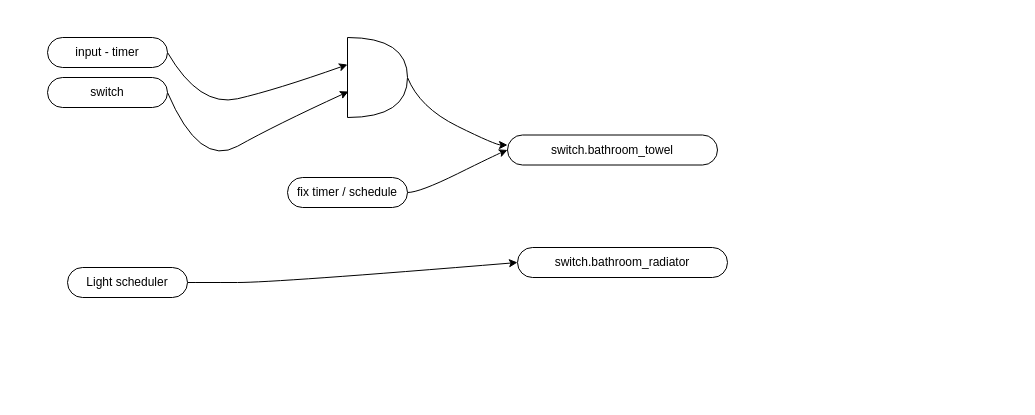
Earlier version of the draw.io diagram page "swich.bathroom_switches" (4 of 4) of logical_flows/NodeRED_flow.drawio (houdaerttim/dns-hass). Source tidied: cells renumbered, new cells numbered last; positions are measured from the earlier drawing's top-left corner, leaving out a move shared by most shapes. Both pictures are drawn from the tidied source at 100%, with x=0, y=0 at pixel (47, 37).
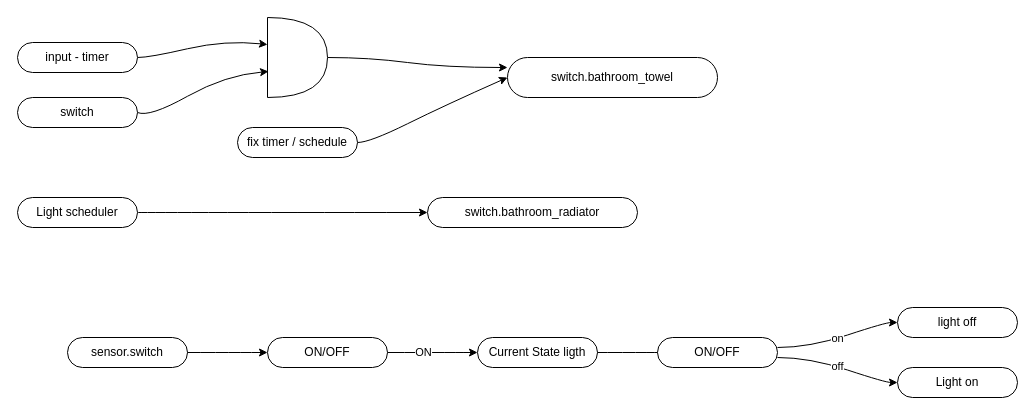
The same page after the edit.

The edit, as a diff of the source:
```diff
@@
     <mxCell id="2" value="switch.bathroom_towel" style="rounded=1;whiteSpace=wrap;html=1;arcSize=50;" parent="1" vertex="1">
-      <mxGeometry x="460" y="97.5" width="210" height="30" as="geometry" />
+      <mxGeometry x="460" y="20" width="210" height="40" as="geometry" />
     </mxCell>
     <mxCell id="3" value="switch.bathroom_radiator&lt;br&gt;" style="rounded=1;whiteSpace=wrap;html=1;arcSize=50;" parent="1" vertex="1">
-      <mxGeometry x="470" y="210" width="210" height="30" as="geometry" />
+      <mxGeometry x="380" y="160" width="210" height="30" as="geometry" />
     </mxCell>
     <mxCell id="4" style="edgeStyle=orthogonalEdgeStyle;curved=1;rounded=0;jettySize=auto;html=1;exitX=1;exitY=0.5;exitDx=0;exitDy=0;entryX=0;entryY=0.338;entryDx=0;entryDy=0;entryPerimeter=0;noEdgeStyle=1;orthogonal=1;" parent="1" edge="1" source="5" target="11">
       <mxGeometry relative="1" as="geometry">
         <Array as="points">
-          <mxPoint x="152" y="70" />
-          <mxPoint x="228" y="52.5" />
+          <mxPoint x="102" y="20" />
+          <mxPoint x="178" y="2.5" />
         </Array>
       </mxGeometry>
     </mxCell>
     <mxCell id="5" value="input - timer" style="rounded=1;whiteSpace=wrap;html=1;arcSize=50;" parent="1" vertex="1">
-      <mxGeometry width="120" height="30" as="geometry" />
+      <mxGeometry x="-30" y="5" width="120" height="30" as="geometry" />
     </mxCell>
     <mxCell id="6" style="edgeStyle=orthogonalEdgeStyle;curved=1;rounded=0;jettySize=auto;html=1;exitX=1;exitY=0.5;exitDx=0;exitDy=0;entryX=0;entryY=0.5;entryDx=0;entryDy=0;noEdgeStyle=1;orthogonal=1;" parent="1" edge="1" source="7" target="2">
       <mxGeometry relative="1" as="geometry">
         <Array as="points">
-          <mxPoint x="372" y="155" />
-          <mxPoint x="448" y="117.5" />
+          <mxPoint x="322" y="105" />
+          <mxPoint x="398" y="67.5" />
         </Array>
       </mxGeometry>
     </mxCell>
     <mxCell id="7" value="fix timer / schedule&lt;br&gt;" style="rounded=1;whiteSpace=wrap;html=1;arcSize=50;" parent="1" vertex="1">
-      <mxGeometry x="240" y="140" width="120" height="30" as="geometry" />
+      <mxGeometry x="190" y="90" width="120" height="30" as="geometry" />
     </mxCell>
     <mxCell id="8" style="edgeStyle=orthogonalEdgeStyle;curved=1;rounded=0;jettySize=auto;html=1;exitX=1;exitY=0.5;exitDx=0;exitDy=0;entryX=0.017;entryY=0.675;entryDx=0;entryDy=0;entryPerimeter=0;noEdgeStyle=1;orthogonal=1;" parent="1" edge="1" source="9" target="11">
       <mxGeometry relative="1" as="geometry">
         <Array as="points">
-          <mxPoint x="152" y="130" />
-          <mxPoint x="228" y="87.5" />
+          <mxPoint x="102" y="80" />
+          <mxPoint x="178" y="37.5" />
         </Array>
       </mxGeometry>
     </mxCell>
     <mxCell id="9" value="switch" style="rounded=1;whiteSpace=wrap;html=1;arcSize=50;" parent="1" vertex="1">
-      <mxGeometry y="40" width="120" height="30" as="geometry" />
+      <mxGeometry x="-30" y="60" width="120" height="30" as="geometry" />
     </mxCell>
-    <mxCell id="10" style="edgeStyle=orthogonalEdgeStyle;curved=1;rounded=0;jettySize=auto;html=1;exitX=1;exitY=0.5;exitDx=0;exitDy=0;exitPerimeter=0;noEdgeStyle=1;orthogonal=1;" parent="1" edge="1" source="11" target="2">
+    <mxCell id="10" style="edgeStyle=orthogonalEdgeStyle;curved=1;rounded=0;jettySize=auto;html=1;exitX=1;exitY=0.5;exitDx=0;exitDy=0;exitPerimeter=0;noEdgeStyle=1;orthogonal=1;entryX=0;entryY=0.25;entryDx=0;entryDy=0;" parent="1" edge="1" source="11" target="2">
       <mxGeometry relative="1" as="geometry">
         <Array as="points">
-          <mxPoint x="372" y="70" />
-          <mxPoint x="448" y="107.5" />
+          <mxPoint x="322" y="20" />
+          <mxPoint x="398" y="30" />
         </Array>
       </mxGeometry>
     </mxCell>
     <mxCell id="11" style="shape=or;whiteSpace=wrap;html=1;" parent="1" vertex="1">
-      <mxGeometry x="300" width="60" height="80" as="geometry" />
+      <mxGeometry x="220" y="-20" width="60" height="80" as="geometry" />
     </mxCell>
     <mxCell id="12" style="edgeStyle=orthogonalEdgeStyle;curved=1;rounded=0;jettySize=auto;html=1;exitX=1;exitY=0.5;exitDx=0;exitDy=0;entryX=0;entryY=0.5;entryDx=0;entryDy=0;noEdgeStyle=1;orthogonal=1;" parent="1" edge="1" source="13" target="3">
-      <mxGeometry relative="1" as="geometry">
-        <Array as="points">
-          <mxPoint x="152" y="245" />
-          <mxPoint x="228" y="245" />
-        </Array>
-      </mxGeometry>
+      <mxGeometry relative="1" as="geometry" />
     </mxCell>
     <mxCell id="13" value="Light scheduler" style="rounded=1;whiteSpace=wrap;html=1;arcSize=50;" parent="1" vertex="1">
-      <mxGeometry x="20" y="230" width="120" height="30" as="geometry" />
+      <mxGeometry x="-30" y="160" width="120" height="30" as="geometry" />
     </mxCell>
+    <mxCell id="14" style="edgeStyle=orthogonalEdgeStyle;curved=1;rounded=0;jettySize=auto;html=1;noEdgeStyle=1;orthogonal=1;" parent="1" edge="1" source="15" target="17">
+      <mxGeometry relative="1" as="geometry">
+        <Array as="points">
+          <mxPoint x="102" y="315" />
+          <mxPoint x="178" y="315" />
+        </Array>
+      </mxGeometry>
+    </mxCell>
+    <mxCell id="15" value="sensor.switch" style="rounded=1;whiteSpace=wrap;html=1;arcSize=50;" parent="1" vertex="1">
+      <mxGeometry x="20" y="300" width="120" height="30" as="geometry" />
+    </mxCell>
+    <mxCell id="16" value="ON" style="edgeStyle=orthogonalEdgeStyle;curved=1;rounded=0;jettySize=auto;html=1;noEdgeStyle=1;orthogonal=1;" parent="1" edge="1" source="17" target="19">
+      <mxGeometry relative="1" as="geometry">
+        <Array as="points">
+          <mxPoint x="322" y="315" />
+          <mxPoint x="398" y="315" />
+        </Array>
+      </mxGeometry>
+    </mxCell>
+    <mxCell id="17" value="ON/OFF" style="rounded=1;whiteSpace=wrap;html=1;arcSize=50;" parent="1" vertex="1">
+      <mxGeometry x="220" y="300" width="120" height="30" as="geometry" />
+    </mxCell>
+    <mxCell id="18" style="edgeStyle=orthogonalEdgeStyle;curved=1;rounded=0;jettySize=auto;html=1;entryX=0;entryY=0.5;entryDx=0;entryDy=0;noEdgeStyle=1;orthogonal=1;" parent="1" edge="1" source="19" target="22">
+      <mxGeometry relative="1" as="geometry">
+        <Array as="points">
+          <mxPoint x="542" y="315" />
+          <mxPoint x="618" y="315" />
+        </Array>
+      </mxGeometry>
+    </mxCell>
+    <mxCell id="19" value="Current State ligth" style="rounded=1;whiteSpace=wrap;html=1;arcSize=50;" parent="1" vertex="1">
+      <mxGeometry x="430" y="300" width="120" height="30" as="geometry" />
+    </mxCell>
+    <mxCell id="20" value="on" style="edgeStyle=orthogonalEdgeStyle;curved=1;rounded=0;jettySize=auto;html=1;noEdgeStyle=1;orthogonal=1;" parent="1" edge="1" source="22" target="23">
+      <mxGeometry relative="1" as="geometry">
+        <Array as="points">
+          <mxPoint x="762" y="310" />
+          <mxPoint x="838" y="285" />
+        </Array>
+      </mxGeometry>
+    </mxCell>
+    <mxCell id="21" value="off" style="edgeStyle=orthogonalEdgeStyle;curved=1;rounded=0;jettySize=auto;html=1;noEdgeStyle=1;orthogonal=1;" parent="1" edge="1" source="22" target="24">
+      <mxGeometry relative="1" as="geometry">
+        <Array as="points">
+          <mxPoint x="762" y="320" />
+          <mxPoint x="838" y="345" />
+        </Array>
+      </mxGeometry>
+    </mxCell>
+    <mxCell id="22" value="ON/OFF" style="rounded=1;whiteSpace=wrap;html=1;arcSize=50;" parent="1" vertex="1">
+      <mxGeometry x="610" y="300" width="120" height="30" as="geometry" />
+    </mxCell>
+    <mxCell id="23" value="light off" style="rounded=1;whiteSpace=wrap;html=1;arcSize=50;" parent="1" vertex="1">
+      <mxGeometry x="850" y="270" width="120" height="30" as="geometry" />
+    </mxCell>
+    <mxCell id="24" value="Light on" style="rounded=1;whiteSpace=wrap;html=1;arcSize=50;" parent="1" vertex="1">
+      <mxGeometry x="850" y="330" width="120" height="30" as="geometry" />
+    </mxCell>
```
